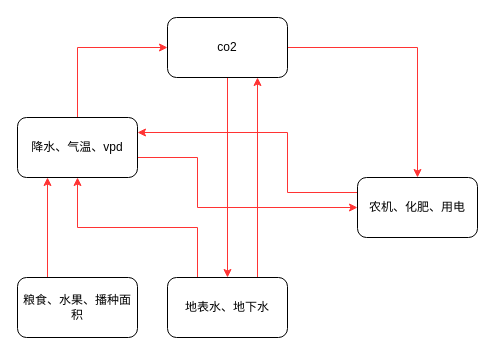
THRILLERLEMON/Draw.IO keeps this draw.io diagram as vars_SDG.drawio. Above is the earlier version. Source tidied: cells renumbered, new cells numbered last; positions are measured from the earlier drawing's top-left corner, leaving out a move shared by most shapes. Both pictures are drawn from the tidied source at 100%, with x=0, y=0 at pixel (17, 17).
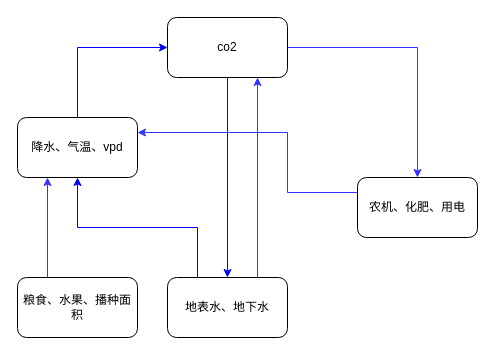
The same page after the edit.

What changed in the source:
```diff
@@
 <mxGraphModel>
   <root>
     <mxCell id="0" />
     <mxCell id="1" parent="0" />
-    <mxCell id="2" style="edgeStyle=orthogonalEdgeStyle;rounded=0;jettySize=auto;html=1;exitX=0.5;exitY=0;exitDx=0;exitDy=0;entryX=0;entryY=0.5;entryDx=0;entryDy=0;strokeColor=#FF3333;" parent="1" edge="1" source="4" target="7">
+    <mxCell id="2" style="edgeStyle=orthogonalEdgeStyle;rounded=0;jettySize=auto;html=1;exitX=0.5;exitY=0;exitDx=0;exitDy=0;entryX=0;entryY=0.5;entryDx=0;entryDy=0;strokeColor=#0000FF;" parent="1" edge="1" source="4" target="7">
       <mxGeometry relative="1" as="geometry" />
     </mxCell>
-    <mxCell id="3" style="edgeStyle=orthogonalEdgeStyle;rounded=0;jettySize=auto;html=1;exitX=1;exitY=0.5;exitDx=0;exitDy=0;entryX=0;entryY=0.5;entryDx=0;entryDy=0;strokeColor=#FF3333;" parent="1" edge="1" source="4" target="9">
-      <mxGeometry relative="1" as="geometry">
-        <Array as="points">
-          <mxPoint x="120" y="140" />
-          <mxPoint x="180" y="140" />
-          <mxPoint x="180" y="190" />
-        </Array>
-      </mxGeometry>
-    </mxCell>
     <mxCell id="4" value="降水、气温、vpd" style="rounded=1;whiteSpace=wrap;html=1;" parent="1" vertex="1">
       <mxGeometry y="100" width="120" height="60" as="geometry" />
     </mxCell>
-    <mxCell id="5" style="edgeStyle=orthogonalEdgeStyle;rounded=0;jettySize=auto;html=1;exitX=1;exitY=0.5;exitDx=0;exitDy=0;entryX=0.5;entryY=0;entryDx=0;entryDy=0;strokeColor=#FF3333;" parent="1" edge="1" source="7" target="9">
+    <mxCell id="5" style="edgeStyle=orthogonalEdgeStyle;rounded=0;jettySize=auto;html=1;exitX=1;exitY=0.5;exitDx=0;exitDy=0;entryX=0.5;entryY=0;entryDx=0;entryDy=0;strokeColor=#3333FF;" parent="1" edge="1" source="7" target="9">
       <mxGeometry relative="1" as="geometry" />
     </mxCell>
-    <mxCell id="6" style="edgeStyle=orthogonalEdgeStyle;rounded=0;jettySize=auto;html=1;strokeColor=#FF3333;" parent="1" edge="1" source="7" target="12">
+    <mxCell id="6" style="edgeStyle=orthogonalEdgeStyle;rounded=0;jettySize=auto;html=1;strokeColor=#0000FF;" parent="1" edge="1" source="7" target="12">
       <mxGeometry relative="1" as="geometry" />
     </mxCell>
     <mxCell id="7" value="co2" style="rounded=1;whiteSpace=wrap;html=1;" parent="1" vertex="1">
       <mxGeometry x="150" width="120" height="60" as="geometry" />
     </mxCell>
-    <mxCell id="8" style="edgeStyle=orthogonalEdgeStyle;rounded=0;jettySize=auto;html=1;exitX=0;exitY=0.25;exitDx=0;exitDy=0;entryX=1;entryY=0.25;entryDx=0;entryDy=0;strokeColor=#FF3333;" parent="1" edge="1" source="9" target="4">
+    <mxCell id="8" style="edgeStyle=orthogonalEdgeStyle;rounded=0;jettySize=auto;html=1;exitX=0;exitY=0.25;exitDx=0;exitDy=0;entryX=1;entryY=0.25;entryDx=0;entryDy=0;strokeColor=#3333FF;" parent="1" edge="1" source="9" target="4">
       <mxGeometry relative="1" as="geometry">
         <Array as="points">
           <mxPoint x="270" y="175" />
           <mxPoint x="270" y="115" />
         </Array>
       </mxGeometry>
     </mxCell>
     <mxCell id="9" value="农机、化肥、用电" style="rounded=1;whiteSpace=wrap;html=1;" parent="1" vertex="1">
       <mxGeometry x="340" y="160" width="120" height="60" as="geometry" />
     </mxCell>
-    <mxCell id="10" style="edgeStyle=orthogonalEdgeStyle;rounded=0;jettySize=auto;html=1;exitX=0.75;exitY=0;exitDx=0;exitDy=0;entryX=0.75;entryY=1;entryDx=0;entryDy=0;strokeColor=#FF3333;" parent="1" edge="1" source="12" target="7">
+    <mxCell id="10" style="edgeStyle=orthogonalEdgeStyle;rounded=0;jettySize=auto;html=1;exitX=0.75;exitY=0;exitDx=0;exitDy=0;entryX=0.75;entryY=1;entryDx=0;entryDy=0;strokeColor=#3333FF;" parent="1" edge="1" source="12" target="7">
       <mxGeometry relative="1" as="geometry" />
     </mxCell>
-    <mxCell id="11" style="edgeStyle=orthogonalEdgeStyle;rounded=0;jettySize=auto;html=1;exitX=0.25;exitY=0;exitDx=0;exitDy=0;entryX=0.5;entryY=1;entryDx=0;entryDy=0;strokeColor=#FF3333;" parent="1" edge="1" source="12" target="4">
+    <mxCell id="11" style="edgeStyle=orthogonalEdgeStyle;rounded=0;jettySize=auto;html=1;exitX=0.25;exitY=0;exitDx=0;exitDy=0;entryX=0.5;entryY=1;entryDx=0;entryDy=0;strokeColor=#0000FF;" parent="1" edge="1" source="12" target="4">
       <mxGeometry relative="1" as="geometry" />
     </mxCell>
     <mxCell id="12" value="地表水、地下水" style="rounded=1;whiteSpace=wrap;html=1;" parent="1" vertex="1">
       <mxGeometry x="150" y="260" width="120" height="60" as="geometry" />
     </mxCell>
-    <mxCell id="13" style="edgeStyle=orthogonalEdgeStyle;rounded=0;jettySize=auto;html=1;entryX=0.25;entryY=1;entryDx=0;entryDy=0;strokeColor=#FF3333;exitX=0.25;exitY=0;exitDx=0;exitDy=0;" parent="1" edge="1" source="14" target="4">
+    <mxCell id="13" style="edgeStyle=orthogonalEdgeStyle;rounded=0;jettySize=auto;html=1;entryX=0.25;entryY=1;entryDx=0;entryDy=0;strokeColor=#3333FF;exitX=0.25;exitY=0;exitDx=0;exitDy=0;" parent="1" edge="1" source="14" target="4">
       <mxGeometry relative="1" as="geometry" />
     </mxCell>
     <mxCell id="14" value="粮食、水果、播种面积" style="rounded=1;whiteSpace=wrap;html=1;" parent="1" vertex="1">
       <mxGeometry y="260" width="120" height="60" as="geometry" />
     </mxCell>
   </root>
 </mxGraphModel>
```
